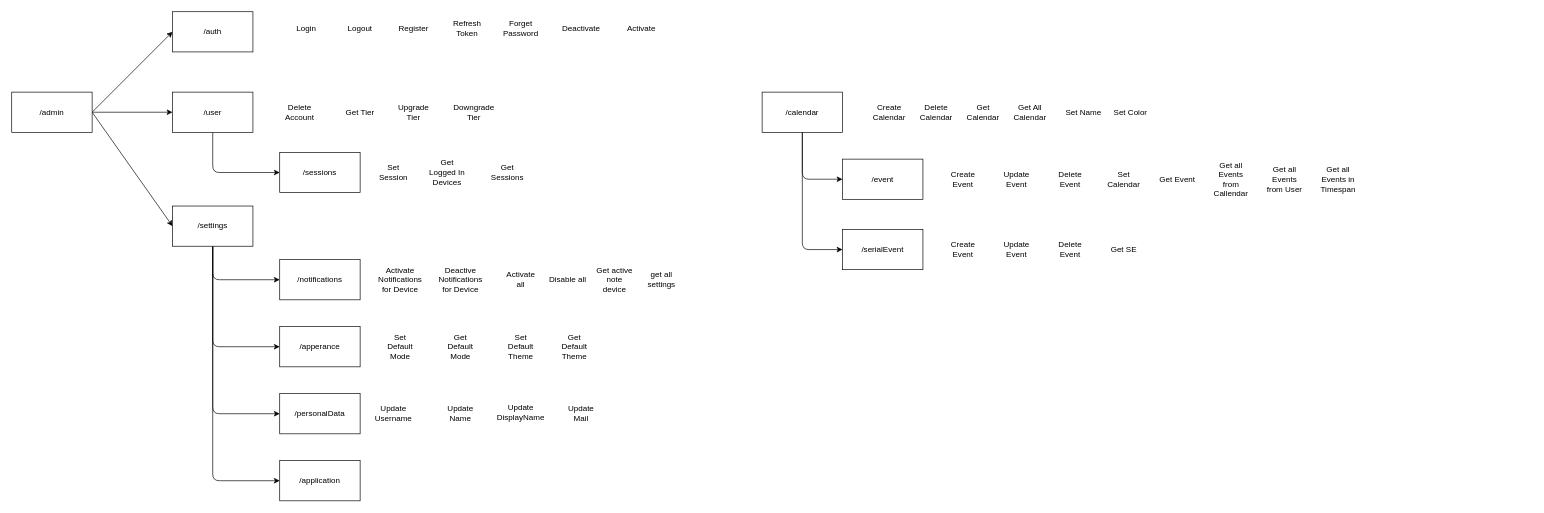
Above: Architecture/Backend.drawio in TodoXpress/Documentation (draw.io), before the change. Source tidied: cells renumbered, new cells numbered last; positions are measured from the earlier drawing's top-left corner, leaving out a move shared by most shapes. Both pictures are drawn from the tidied source at 67%, with x=0, y=0 at pixel (11, 11).
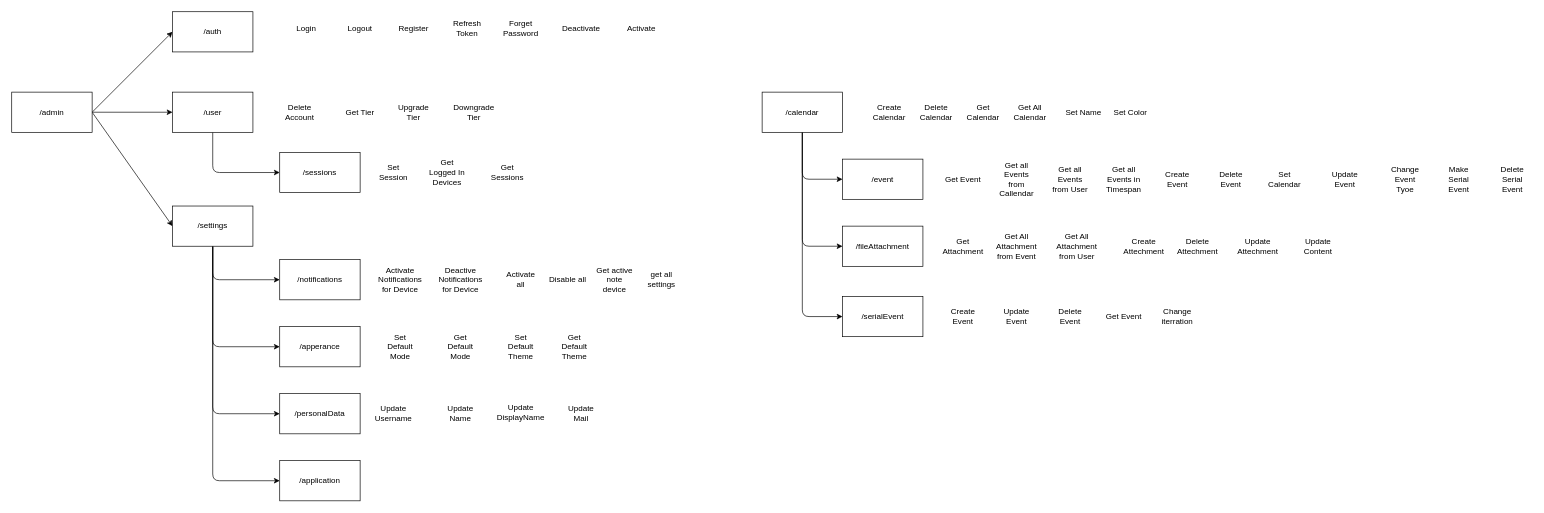
Above is the later version.

Commit message (it also covers changes not shown here):
add file attechment endpoint

Unchanged cells that the change refers to:
```xml
<mxCell id="49" value="/calendar" style="rounded=0;whiteSpace=wrap;html=1;" parent="1" vertex="1">
  <mxGeometry x="1120" y="120" width="120" height="60" as="geometry" />
</mxCell>
```

The edit, as a diff of the source:
```diff
@@
     <mxCell id="48" style="edgeStyle=none;html=1;exitX=0.5;exitY=1;exitDx=0;exitDy=0;entryX=0;entryY=0.5;entryDx=0;entryDy=0;" parent="1" edge="1" source="49" target="61">
       <mxGeometry relative="1" as="geometry">
         <Array as="points">
-          <mxPoint x="1180" y="355" />
+          <mxPoint x="1180" y="455" />
         </Array>
       </mxGeometry>
     </mxCell>
+    <mxCell id="70" style="edgeStyle=none;html=1;exitX=0.5;exitY=1;exitDx=0;exitDy=0;entryX=0;entryY=0.5;entryDx=0;entryDy=0;" parent="1" edge="1" source="49" target="75">
+      <mxGeometry relative="1" as="geometry">
+        <Array as="points">
+          <mxPoint x="1180" y="350" />
+        </Array>
+      </mxGeometry>
+    </mxCell>
@@
     <mxCell id="57" value="Create Event" style="text;html=1;strokeColor=none;fillColor=none;align=center;verticalAlign=middle;whiteSpace=wrap;rounded=0;" parent="1" vertex="1">
-      <mxGeometry x="1390" y="235" width="60" height="30" as="geometry" />
+      <mxGeometry x="1710" y="235" width="60" height="30" as="geometry" />
     </mxCell>
     <mxCell id="58" value="Update Event" style="text;html=1;strokeColor=none;fillColor=none;align=center;verticalAlign=middle;whiteSpace=wrap;rounded=0;" parent="1" vertex="1">
-      <mxGeometry x="1470" y="235" width="60" height="30" as="geometry" />
+      <mxGeometry x="1960" y="235" width="60" height="30" as="geometry" />
     </mxCell>
     <mxCell id="59" value="Set Calendar" style="text;html=1;strokeColor=none;fillColor=none;align=center;verticalAlign=middle;whiteSpace=wrap;rounded=0;" parent="1" vertex="1">
-      <mxGeometry x="1630" y="235" width="60" height="30" as="geometry" />
+      <mxGeometry x="1870" y="235" width="60" height="30" as="geometry" />
     </mxCell>
     <mxCell id="60" value="Delete&lt;br&gt;Event" style="text;html=1;strokeColor=none;fillColor=none;align=center;verticalAlign=middle;whiteSpace=wrap;rounded=0;" parent="1" vertex="1">
-      <mxGeometry x="1550" y="235" width="60" height="30" as="geometry" />
+      <mxGeometry x="1790" y="235" width="60" height="30" as="geometry" />
     </mxCell>
     <mxCell id="61" value="/serialEvent" style="rounded=0;whiteSpace=wrap;html=1;" parent="1" vertex="1">
-      <mxGeometry x="1240" y="325" width="120" height="60" as="geometry" />
+      <mxGeometry x="1240" y="425" width="120" height="60" as="geometry" />
     </mxCell>
     <mxCell id="62" value="Create Event" style="text;html=1;strokeColor=none;fillColor=none;align=center;verticalAlign=middle;whiteSpace=wrap;rounded=0;" parent="1" vertex="1">
-      <mxGeometry x="1390" y="340" width="60" height="30" as="geometry" />
+      <mxGeometry x="1390" y="440" width="60" height="30" as="geometry" />
     </mxCell>
-    <mxCell id="63" value="Update Event" style="text;html=1;strokeColor=none;fillColor=none;align=center;verticalAlign=middle;whiteSpace=wrap;rounded=0;" parent="1" vertex="1">
-      <mxGeometry x="1470" y="340" width="60" height="30" as="geometry" />
-    </mxCell>
     <mxCell id="64" value="Delete&lt;br&gt;Event" style="text;html=1;strokeColor=none;fillColor=none;align=center;verticalAlign=middle;whiteSpace=wrap;rounded=0;" parent="1" vertex="1">
-      <mxGeometry x="1550" y="340" width="60" height="30" as="geometry" />
+      <mxGeometry x="1550" y="440" width="60" height="30" as="geometry" />
     </mxCell>
-    <mxCell id="65" value="Get SE" style="text;html=1;strokeColor=none;fillColor=none;align=center;verticalAlign=middle;whiteSpace=wrap;rounded=0;" parent="1" vertex="1">
-      <mxGeometry x="1630" y="340" width="60" height="30" as="geometry" />
+    <mxCell id="65" value="Get Event" style="text;html=1;strokeColor=none;fillColor=none;align=center;verticalAlign=middle;whiteSpace=wrap;rounded=0;" parent="1" vertex="1">
+      <mxGeometry x="1630" y="440" width="60" height="30" as="geometry" />
     </mxCell>
     <mxCell id="66" value="Get Event" style="text;html=1;strokeColor=none;fillColor=none;align=center;verticalAlign=middle;whiteSpace=wrap;rounded=0;" parent="1" vertex="1">
-      <mxGeometry x="1710" y="235" width="60" height="30" as="geometry" />
+      <mxGeometry x="1390" y="235" width="60" height="30" as="geometry" />
     </mxCell>
     <mxCell id="67" value="Get all Events from Callendar" style="text;html=1;strokeColor=none;fillColor=none;align=center;verticalAlign=middle;whiteSpace=wrap;rounded=0;" parent="1" vertex="1">
-      <mxGeometry x="1790" y="235" width="60" height="30" as="geometry" />
+      <mxGeometry x="1470" y="235" width="60" height="30" as="geometry" />
     </mxCell>
     <mxCell id="68" value="Get all Events from User" style="text;html=1;strokeColor=none;fillColor=none;align=center;verticalAlign=middle;whiteSpace=wrap;rounded=0;" parent="1" vertex="1">
-      <mxGeometry x="1870" y="235" width="60" height="30" as="geometry" />
+      <mxGeometry x="1550" y="235" width="60" height="30" as="geometry" />
     </mxCell>
     <mxCell id="69" value="Get all Events in Timespan" style="text;html=1;strokeColor=none;fillColor=none;align=center;verticalAlign=middle;whiteSpace=wrap;rounded=0;" parent="1" vertex="1">
-      <mxGeometry x="1950" y="235" width="60" height="30" as="geometry" />
+      <mxGeometry x="1630" y="235" width="60" height="30" as="geometry" />
     </mxCell>
+    <mxCell id="71" value="Change iterration" style="text;html=1;strokeColor=none;fillColor=none;align=center;verticalAlign=middle;whiteSpace=wrap;rounded=0;" parent="1" vertex="1">
+      <mxGeometry x="1710" y="440" width="60" height="30" as="geometry" />
+    </mxCell>
+    <mxCell id="63" value="Update Event" style="text;html=1;strokeColor=none;fillColor=none;align=center;verticalAlign=middle;whiteSpace=wrap;rounded=0;" parent="1" vertex="1">
+      <mxGeometry x="1470" y="440" width="60" height="30" as="geometry" />
+    </mxCell>
+    <mxCell id="72" value="Delete Serial Event" style="text;html=1;strokeColor=none;fillColor=none;align=center;verticalAlign=middle;whiteSpace=wrap;rounded=0;" parent="1" vertex="1">
+      <mxGeometry x="2210" y="235" width="60" height="30" as="geometry" />
+    </mxCell>
+    <mxCell id="73" value="Make Serial Event" style="text;html=1;strokeColor=none;fillColor=none;align=center;verticalAlign=middle;whiteSpace=wrap;rounded=0;" parent="1" vertex="1">
+      <mxGeometry x="2130" y="235" width="60" height="30" as="geometry" />
+    </mxCell>
+    <mxCell id="74" value="Change Event Tyoe" style="text;html=1;strokeColor=none;fillColor=none;align=center;verticalAlign=middle;whiteSpace=wrap;rounded=0;" parent="1" vertex="1">
+      <mxGeometry x="2050" y="235" width="60" height="30" as="geometry" />
+    </mxCell>
+    <mxCell id="75" value="/fileAttachment" style="rounded=0;whiteSpace=wrap;html=1;" parent="1" vertex="1">
+      <mxGeometry x="1240" y="320" width="120" height="60" as="geometry" />
+    </mxCell>
+    <mxCell id="76" value="Create Attechment" style="text;html=1;strokeColor=none;fillColor=none;align=center;verticalAlign=middle;whiteSpace=wrap;rounded=0;" parent="1" vertex="1">
+      <mxGeometry x="1660" y="335" width="60" height="30" as="geometry" />
+    </mxCell>
+    <mxCell id="77" value="Delete&lt;br&gt;Attechment" style="text;html=1;strokeColor=none;fillColor=none;align=center;verticalAlign=middle;whiteSpace=wrap;rounded=0;" parent="1" vertex="1">
+      <mxGeometry x="1740" y="335" width="60" height="30" as="geometry" />
+    </mxCell>
+    <mxCell id="78" value="Get Attachment" style="text;html=1;strokeColor=none;fillColor=none;align=center;verticalAlign=middle;whiteSpace=wrap;rounded=0;" parent="1" vertex="1">
+      <mxGeometry x="1390" y="335" width="60" height="30" as="geometry" />
+    </mxCell>
+    <mxCell id="79" value="Get All Attachment&lt;br&gt;from Event" style="text;html=1;strokeColor=none;fillColor=none;align=center;verticalAlign=middle;whiteSpace=wrap;rounded=0;" parent="1" vertex="1">
+      <mxGeometry x="1470" y="335" width="60" height="30" as="geometry" />
+    </mxCell>
+    <mxCell id="80" value="Get All Attachment&lt;br&gt;from User" style="text;html=1;strokeColor=none;fillColor=none;align=center;verticalAlign=middle;whiteSpace=wrap;rounded=0;" parent="1" vertex="1">
+      <mxGeometry x="1560" y="335" width="60" height="30" as="geometry" />
+    </mxCell>
+    <mxCell id="81" value="Update Attechment" style="text;html=1;strokeColor=none;fillColor=none;align=center;verticalAlign=middle;whiteSpace=wrap;rounded=0;" parent="1" vertex="1">
+      <mxGeometry x="1830" y="335" width="60" height="30" as="geometry" />
+    </mxCell>
+    <mxCell id="82" value="Update Content" style="text;html=1;strokeColor=none;fillColor=none;align=center;verticalAlign=middle;whiteSpace=wrap;rounded=0;" parent="1" vertex="1">
+      <mxGeometry x="1920" y="335" width="60" height="30" as="geometry" />
+    </mxCell>
```
